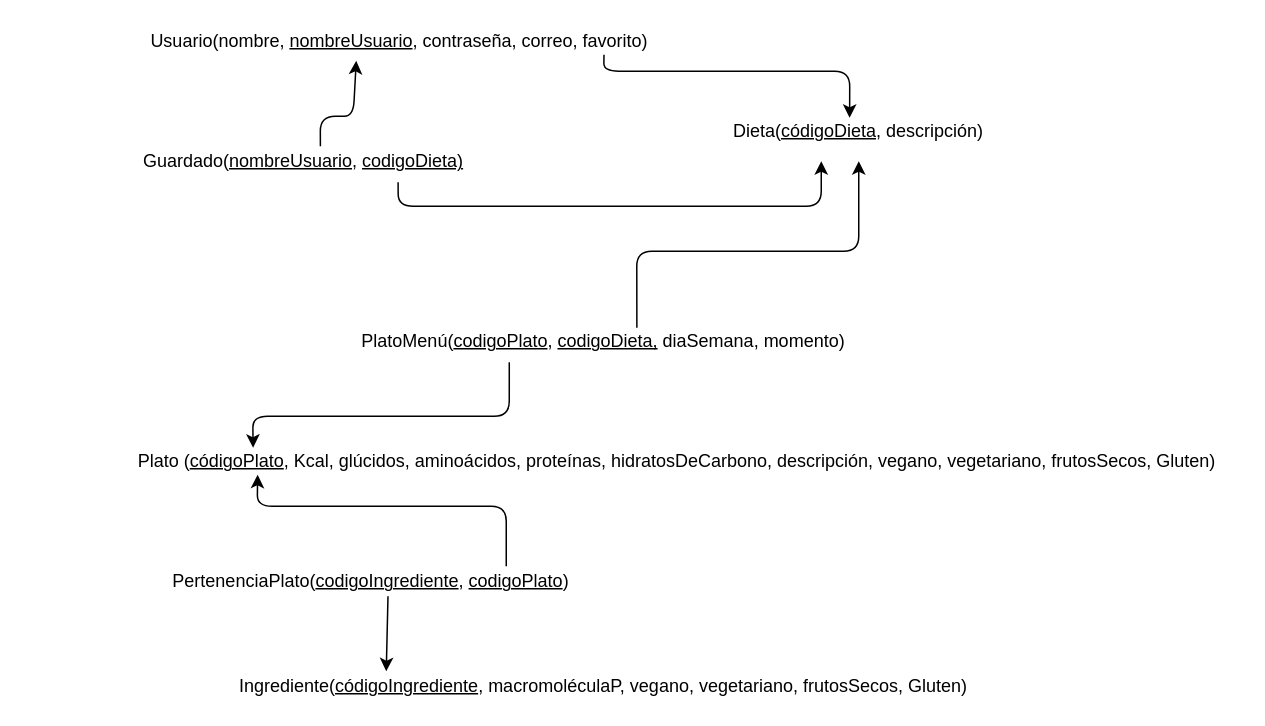
Earlier version of the draw.io diagram diagramaRelacional.drawio (HylianPablo/SSW2020). Source tidied: cells renumbered, new cells numbered last; positions are measured from the earlier drawing's top-left corner, leaving out a move shared by most shapes. Both pictures are drawn from the tidied source at 150%, with x=0, y=0 at pixel (26, 26).
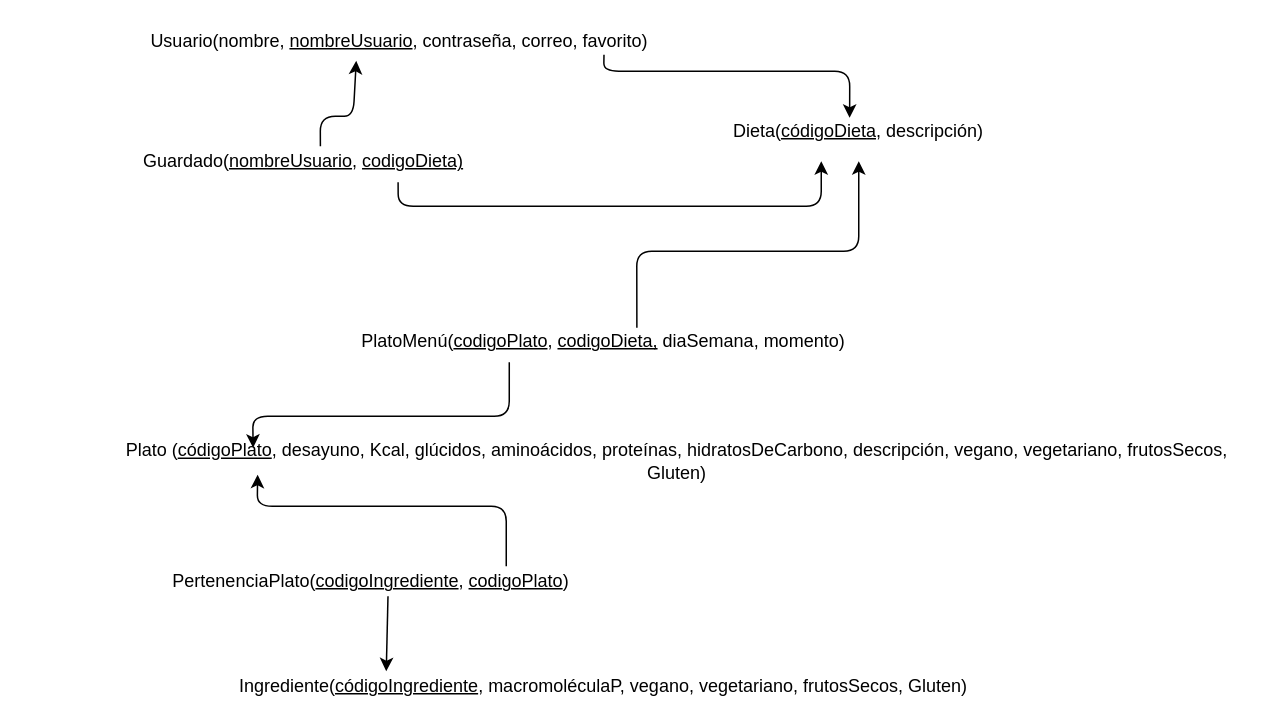
The same diagram, later.

What changed in the source:
```diff
@@
-    <mxCell id="3" value="Plato (&lt;u&gt;códigoPlato&lt;/u&gt;, Kcal, glúcidos, aminoácidos, proteínas, hidratosDeCarbono, descripción, vegano, vegetariano, frutosSecos, Gluten)" style="text;html=1;strokeColor=none;fillColor=none;align=center;verticalAlign=middle;whiteSpace=wrap;rounded=0;" parent="1" vertex="1">
+    <mxCell id="3" value="Plato (&lt;u&gt;códigoPlato&lt;/u&gt;, desayuno, Kcal, glúcidos, aminoácidos, proteínas, hidratosDeCarbono, descripción, vegano, vegetariano, frutosSecos, Gluten)" style="text;html=1;strokeColor=none;fillColor=none;align=center;verticalAlign=middle;whiteSpace=wrap;rounded=0;" parent="1" vertex="1">
       <mxGeometry x="59" y="280" width="750" height="20" as="geometry" />
     </mxCell>
```
